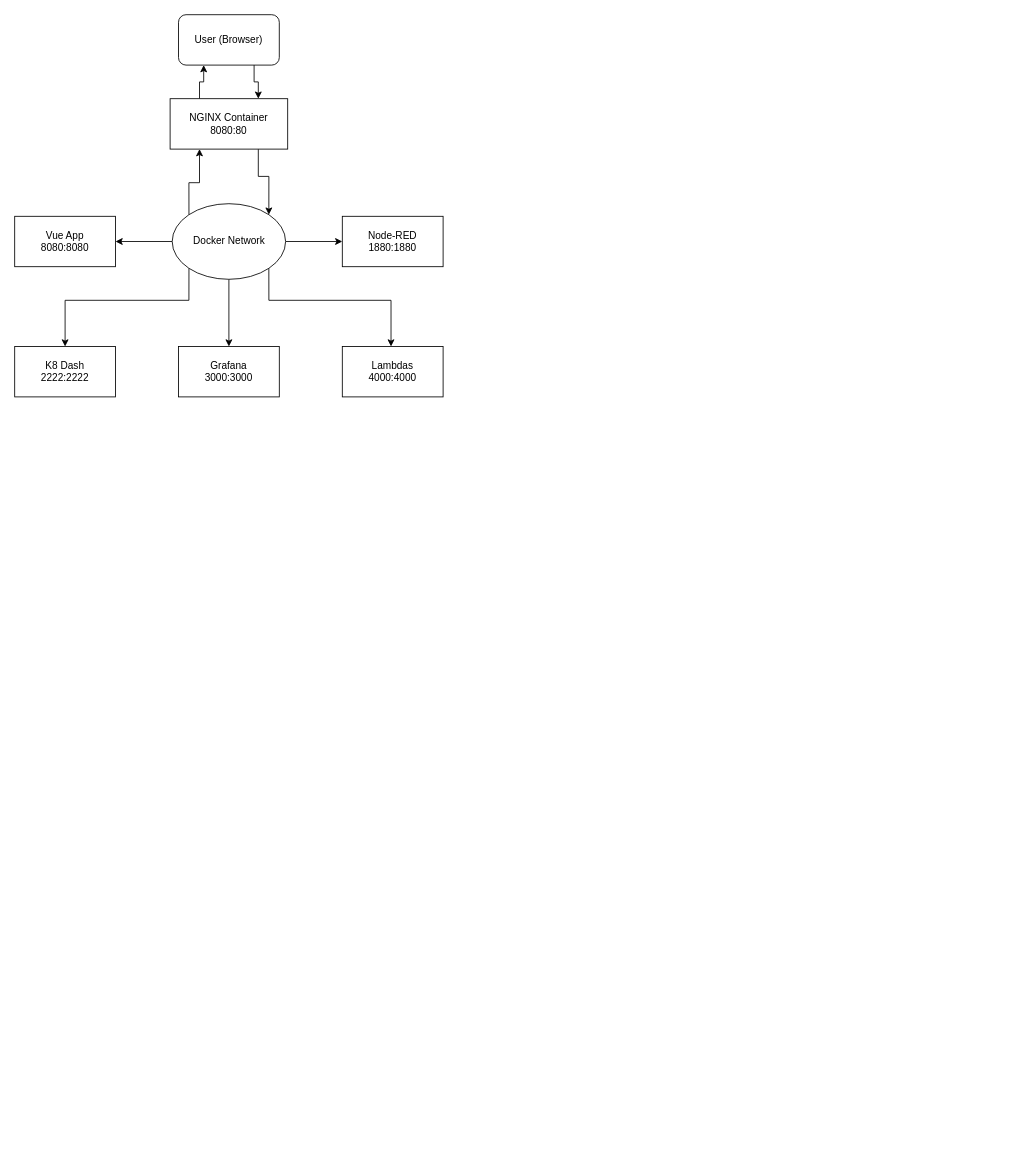
Earlier version of the draw.io diagram src/Untitled Diagram.drawio (cbgesbocker/algorithms). Source tidied: cells renumbered, new cells numbered last; positions are measured from the earlier drawing's top-left corner, leaving out a move shared by most shapes. Both pictures are drawn from the tidied source at 84%, with x=0, y=0 at pixel (14, 14).
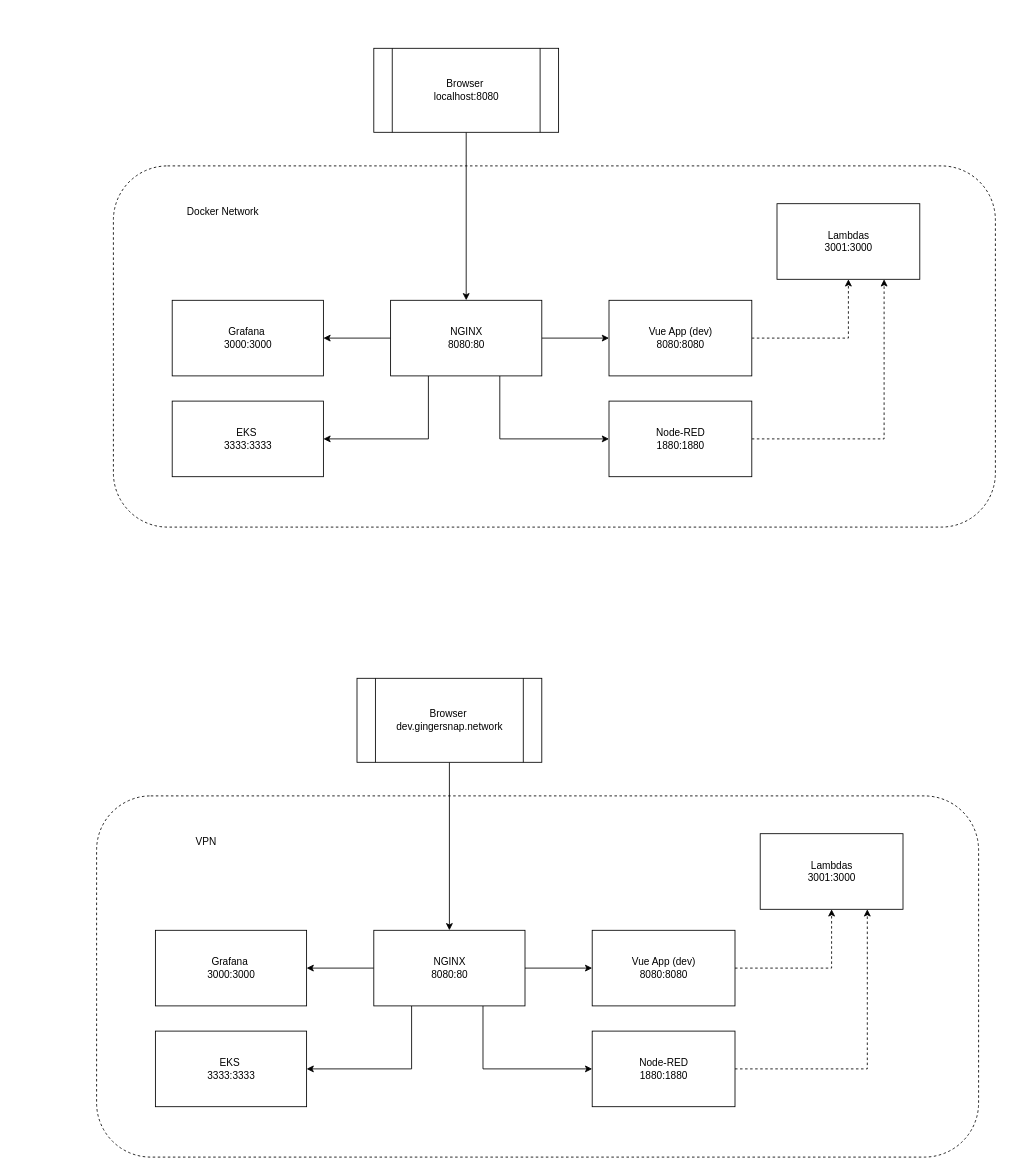
The same diagram, later.

Diff of the diagram source:
```diff
@@
-    <mxCell id="2" style="edgeStyle=orthogonalEdgeStyle;rounded=0;jettySize=auto;html=1;exitX=0.25;exitY=0;exitDx=0;exitDy=0;entryX=0.25;entryY=1;entryDx=0;entryDy=0;" parent="1" edge="1" source="4" target="6">
-      <mxGeometry relative="1" as="geometry" />
-    </mxCell>
-    <mxCell id="3" style="edgeStyle=orthogonalEdgeStyle;rounded=0;jettySize=auto;html=1;exitX=0.75;exitY=1;exitDx=0;exitDy=0;entryX=1;entryY=0;entryDx=0;entryDy=0;" parent="1" edge="1" source="4" target="13">
-      <mxGeometry relative="1" as="geometry" />
-    </mxCell>
-    <mxCell id="4" value="NGINX Container&lt;br&gt;8080:80" style="rounded=0;whiteSpace=wrap;html=1;" parent="1" vertex="1">
-      <mxGeometry x="185" y="100" width="140" height="60" as="geometry" />
-    </mxCell>
-    <mxCell id="5" style="edgeStyle=orthogonalEdgeStyle;rounded=0;jettySize=auto;html=1;exitX=0.75;exitY=1;exitDx=0;exitDy=0;entryX=0.75;entryY=0;entryDx=0;entryDy=0;" parent="1" edge="1" source="6" target="4">
-      <mxGeometry relative="1" as="geometry" />
-    </mxCell>
-    <mxCell id="6" value="User (Browser)" style="rounded=1;whiteSpace=wrap;html=1;" parent="1" vertex="1">
-      <mxGeometry x="195" width="120" height="60" as="geometry" />
-    </mxCell>
-    <mxCell id="7" style="edgeStyle=orthogonalEdgeStyle;rounded=0;jettySize=auto;html=1;exitX=0;exitY=0;exitDx=0;exitDy=0;entryX=0.25;entryY=1;entryDx=0;entryDy=0;" parent="1" edge="1" source="13" target="4">
-      <mxGeometry relative="1" as="geometry">
-        <Array as="points">
-          <mxPoint x="207" y="200" />
-          <mxPoint x="220" y="200" />
-        </Array>
-      </mxGeometry>
-    </mxCell>
-    <mxCell id="8" style="edgeStyle=orthogonalEdgeStyle;rounded=0;jettySize=auto;html=1;" parent="1" edge="1" source="13" target="14">
-      <mxGeometry relative="1" as="geometry" />
-    </mxCell>
-    <mxCell id="9" style="edgeStyle=orthogonalEdgeStyle;rounded=0;jettySize=auto;html=1;" parent="1" edge="1" source="13" target="15">
-      <mxGeometry relative="1" as="geometry" />
-    </mxCell>
-    <mxCell id="10" style="edgeStyle=orthogonalEdgeStyle;rounded=0;jettySize=auto;html=1;" parent="1" edge="1" source="13" target="16">
-      <mxGeometry relative="1" as="geometry" />
-    </mxCell>
-    <mxCell id="11" style="edgeStyle=orthogonalEdgeStyle;rounded=0;jettySize=auto;html=1;exitX=1;exitY=1;exitDx=0;exitDy=0;" parent="1" edge="1" source="13" target="17">
-      <mxGeometry relative="1" as="geometry">
-        <Array as="points">
-          <mxPoint x="303" y="340" />
-          <mxPoint x="448" y="340" />
-        </Array>
-      </mxGeometry>
-    </mxCell>
-    <mxCell id="12" style="edgeStyle=orthogonalEdgeStyle;rounded=0;jettySize=auto;html=1;exitX=0;exitY=1;exitDx=0;exitDy=0;entryX=0.5;entryY=0;entryDx=0;entryDy=0;" parent="1" edge="1" source="13" target="18">
-      <mxGeometry relative="1" as="geometry">
-        <Array as="points">
-          <mxPoint x="207" y="340" />
-          <mxPoint x="60" y="340" />
-        </Array>
-      </mxGeometry>
-    </mxCell>
+    <mxCell id="19" style="rounded=1;whiteSpace=wrap;html=1;dashed=1;" parent="1" vertex="1">
+      <mxGeometry x="117.5" y="180" width="1050" height="430" as="geometry" />
+    </mxCell>
+    <mxCell id="20" style="edgeStyle=orthogonalEdgeStyle;rounded=0;jettySize=auto;html=1;exitX=0.5;exitY=1;exitDx=0;exitDy=0;" parent="1" edge="1" source="21" target="26">
+      <mxGeometry relative="1" as="geometry" />
+    </mxCell>
+    <mxCell id="21" value="Browser&amp;nbsp;&lt;br&gt;localhost:8080" style="shape=process;whiteSpace=wrap;html=1;backgroundOutline=1;" parent="1" vertex="1">
+      <mxGeometry x="427.5" y="40" width="220" height="100" as="geometry" />
+    </mxCell>
+    <mxCell id="22" style="edgeStyle=orthogonalEdgeStyle;rounded=0;jettySize=auto;html=1;" parent="1" edge="1" source="26" target="28">
+      <mxGeometry relative="1" as="geometry" />
+    </mxCell>
+    <mxCell id="23" style="edgeStyle=orthogonalEdgeStyle;rounded=0;jettySize=auto;html=1;" parent="1" edge="1" source="26" target="30">
+      <mxGeometry relative="1" as="geometry">
+        <Array as="points">
+          <mxPoint x="577.5" y="505" />
+        </Array>
+      </mxGeometry>
+    </mxCell>
+    <mxCell id="24" style="edgeStyle=orthogonalEdgeStyle;rounded=0;jettySize=auto;html=1;" parent="1" edge="1" source="26" target="31">
+      <mxGeometry relative="1" as="geometry" />
+    </mxCell>
+    <mxCell id="25" style="edgeStyle=orthogonalEdgeStyle;rounded=0;jettySize=auto;html=1;exitX=0.25;exitY=1;exitDx=0;exitDy=0;entryX=1;entryY=0.5;entryDx=0;entryDy=0;" parent="1" edge="1" source="26" target="32">
+      <mxGeometry relative="1" as="geometry" />
+    </mxCell>
+    <mxCell id="26" value="NGINX&lt;br&gt;8080:80" style="rounded=0;whiteSpace=wrap;html=1;" parent="1" vertex="1">
+      <mxGeometry x="447.5" y="340" width="180" height="90" as="geometry" />
+    </mxCell>
+    <mxCell id="27" style="edgeStyle=orthogonalEdgeStyle;rounded=0;jettySize=auto;html=1;dashed=1;" parent="1" edge="1" source="28" target="33">
+      <mxGeometry relative="1" as="geometry" />
+    </mxCell>
+    <mxCell id="28" value="Vue App (dev)&lt;br&gt;8080:8080" style="whiteSpace=wrap;html=1;rounded=0;" parent="1" vertex="1">
+      <mxGeometry x="707.5" y="340" width="170" height="90" as="geometry" />
+    </mxCell>
+    <mxCell id="29" style="edgeStyle=orthogonalEdgeStyle;rounded=0;jettySize=auto;html=1;exitX=1;exitY=0.5;exitDx=0;exitDy=0;entryX=0.75;entryY=1;entryDx=0;entryDy=0;dashed=1;" parent="1" edge="1" source="30" target="33">
+      <mxGeometry relative="1" as="geometry" />
+    </mxCell>
+    <mxCell id="30" value="Node-RED&lt;br&gt;1880:1880" style="rounded=0;whiteSpace=wrap;html=1;" parent="1" vertex="1">
+      <mxGeometry x="707.5" y="460" width="170" height="90" as="geometry" />
+    </mxCell>
+    <mxCell id="31" value="Grafana&amp;nbsp;&lt;br&gt;3000:3000" style="rounded=0;whiteSpace=wrap;html=1;" parent="1" vertex="1">
+      <mxGeometry x="187.5" y="340" width="180" height="90" as="geometry" />
+    </mxCell>
+    <mxCell id="32" value="EKS&amp;nbsp;&lt;br&gt;3333:3333" style="rounded=0;whiteSpace=wrap;html=1;" parent="1" vertex="1">
+      <mxGeometry x="187.5" y="460" width="180" height="90" as="geometry" />
+    </mxCell>
-    <mxCell id="13" value="Docker Network" style="ellipse;whiteSpace=wrap;html=1;" parent="1" vertex="1">
-      <mxGeometry x="187.5" y="225" width="135" height="90" as="geometry" />
+    <mxCell id="13" value="Docker Network" style="text;html=1;strokeColor=none;fillColor=none;align=center;verticalAlign=middle;whiteSpace=wrap;rounded=0;" parent="1" vertex="1">
+      <mxGeometry x="187.5" y="225" width="120" height="20" as="geometry" />
     </mxCell>
-    <mxCell id="14" value="Node-RED&lt;br&gt;1880:1880" style="whiteSpace=wrap;html=1;" parent="1" vertex="1">
-      <mxGeometry x="390" y="240" width="120" height="60" as="geometry" />
-    </mxCell>
-    <mxCell id="15" value="Vue App&lt;br&gt;8080:8080" style="whiteSpace=wrap;html=1;" parent="1" vertex="1">
-      <mxGeometry y="240" width="120" height="60" as="geometry" />
-    </mxCell>
-    <mxCell id="16" value="Grafana&lt;br&gt;3000:3000" style="whiteSpace=wrap;html=1;" parent="1" vertex="1">
-      <mxGeometry x="195" y="395" width="120" height="60" as="geometry" />
-    </mxCell>
-    <mxCell id="17" value="Lambdas&lt;br&gt;4000:4000" style="whiteSpace=wrap;html=1;" parent="1" vertex="1">
-      <mxGeometry x="390" y="395" width="120" height="60" as="geometry" />
-    </mxCell>
-    <mxCell id="18" value="K8 Dash&lt;br&gt;2222:2222&lt;br&gt;" style="whiteSpace=wrap;html=1;" parent="1" vertex="1">
-      <mxGeometry y="395" width="120" height="60" as="geometry" />
-    </mxCell>
+    <mxCell id="33" value="Lambdas&lt;br&gt;3001:3000" style="whiteSpace=wrap;html=1;rounded=0;" parent="1" vertex="1">
+      <mxGeometry x="907.5" y="225" width="170" height="90" as="geometry" />
+    </mxCell>
+    <mxCell id="34" style="rounded=1;whiteSpace=wrap;html=1;dashed=1;" parent="1" vertex="1">
+      <mxGeometry x="97.5" y="930" width="1050" height="430" as="geometry" />
+    </mxCell>
+    <mxCell id="35" style="edgeStyle=orthogonalEdgeStyle;rounded=0;jettySize=auto;html=1;exitX=0.5;exitY=1;exitDx=0;exitDy=0;" parent="1" edge="1" source="36" target="41">
+      <mxGeometry relative="1" as="geometry" />
+    </mxCell>
+    <mxCell id="36" value="Browser&amp;nbsp;&lt;br&gt;dev.gingersnap.network" style="shape=process;whiteSpace=wrap;html=1;backgroundOutline=1;" parent="1" vertex="1">
+      <mxGeometry x="407.5" y="790" width="220" height="100" as="geometry" />
+    </mxCell>
+    <mxCell id="37" style="edgeStyle=orthogonalEdgeStyle;rounded=0;jettySize=auto;html=1;" parent="1" edge="1" source="41" target="43">
+      <mxGeometry relative="1" as="geometry" />
+    </mxCell>
+    <mxCell id="38" style="edgeStyle=orthogonalEdgeStyle;rounded=0;jettySize=auto;html=1;" parent="1" edge="1" source="41" target="45">
+      <mxGeometry relative="1" as="geometry">
+        <Array as="points">
+          <mxPoint x="557.5" y="1255" />
+        </Array>
+      </mxGeometry>
+    </mxCell>
+    <mxCell id="39" style="edgeStyle=orthogonalEdgeStyle;rounded=0;jettySize=auto;html=1;" parent="1" edge="1" source="41" target="46">
+      <mxGeometry relative="1" as="geometry" />
+    </mxCell>
+    <mxCell id="40" style="edgeStyle=orthogonalEdgeStyle;rounded=0;jettySize=auto;html=1;exitX=0.25;exitY=1;exitDx=0;exitDy=0;entryX=1;entryY=0.5;entryDx=0;entryDy=0;" parent="1" edge="1" source="41" target="47">
+      <mxGeometry relative="1" as="geometry" />
+    </mxCell>
+    <mxCell id="41" value="NGINX&lt;br&gt;8080:80" style="rounded=0;whiteSpace=wrap;html=1;" parent="1" vertex="1">
+      <mxGeometry x="427.5" y="1090" width="180" height="90" as="geometry" />
+    </mxCell>
+    <mxCell id="42" style="edgeStyle=orthogonalEdgeStyle;rounded=0;jettySize=auto;html=1;dashed=1;" parent="1" edge="1" source="43" target="49">
+      <mxGeometry relative="1" as="geometry" />
+    </mxCell>
+    <mxCell id="43" value="Vue App (dev)&lt;br&gt;8080:8080" style="whiteSpace=wrap;html=1;rounded=0;" parent="1" vertex="1">
+      <mxGeometry x="687.5" y="1090" width="170" height="90" as="geometry" />
+    </mxCell>
+    <mxCell id="44" style="edgeStyle=orthogonalEdgeStyle;rounded=0;jettySize=auto;html=1;exitX=1;exitY=0.5;exitDx=0;exitDy=0;entryX=0.75;entryY=1;entryDx=0;entryDy=0;dashed=1;" parent="1" edge="1" source="45" target="49">
+      <mxGeometry relative="1" as="geometry" />
+    </mxCell>
+    <mxCell id="45" value="Node-RED&lt;br&gt;1880:1880" style="rounded=0;whiteSpace=wrap;html=1;" parent="1" vertex="1">
+      <mxGeometry x="687.5" y="1210" width="170" height="90" as="geometry" />
+    </mxCell>
+    <mxCell id="46" value="Grafana&amp;nbsp;&lt;br&gt;3000:3000" style="rounded=0;whiteSpace=wrap;html=1;" parent="1" vertex="1">
+      <mxGeometry x="167.5" y="1090" width="180" height="90" as="geometry" />
+    </mxCell>
+    <mxCell id="47" value="EKS&amp;nbsp;&lt;br&gt;3333:3333" style="rounded=0;whiteSpace=wrap;html=1;" parent="1" vertex="1">
+      <mxGeometry x="167.5" y="1210" width="180" height="90" as="geometry" />
+    </mxCell>
+    <mxCell id="48" value="VPN" style="text;html=1;strokeColor=none;fillColor=none;align=center;verticalAlign=middle;whiteSpace=wrap;rounded=0;" parent="1" vertex="1">
+      <mxGeometry x="167.5" y="975" width="120" height="20" as="geometry" />
+    </mxCell>
+    <mxCell id="49" value="Lambdas&lt;br&gt;3001:3000" style="whiteSpace=wrap;html=1;rounded=0;" parent="1" vertex="1">
+      <mxGeometry x="887.5" y="975" width="170" height="90" as="geometry" />
+    </mxCell>
```
